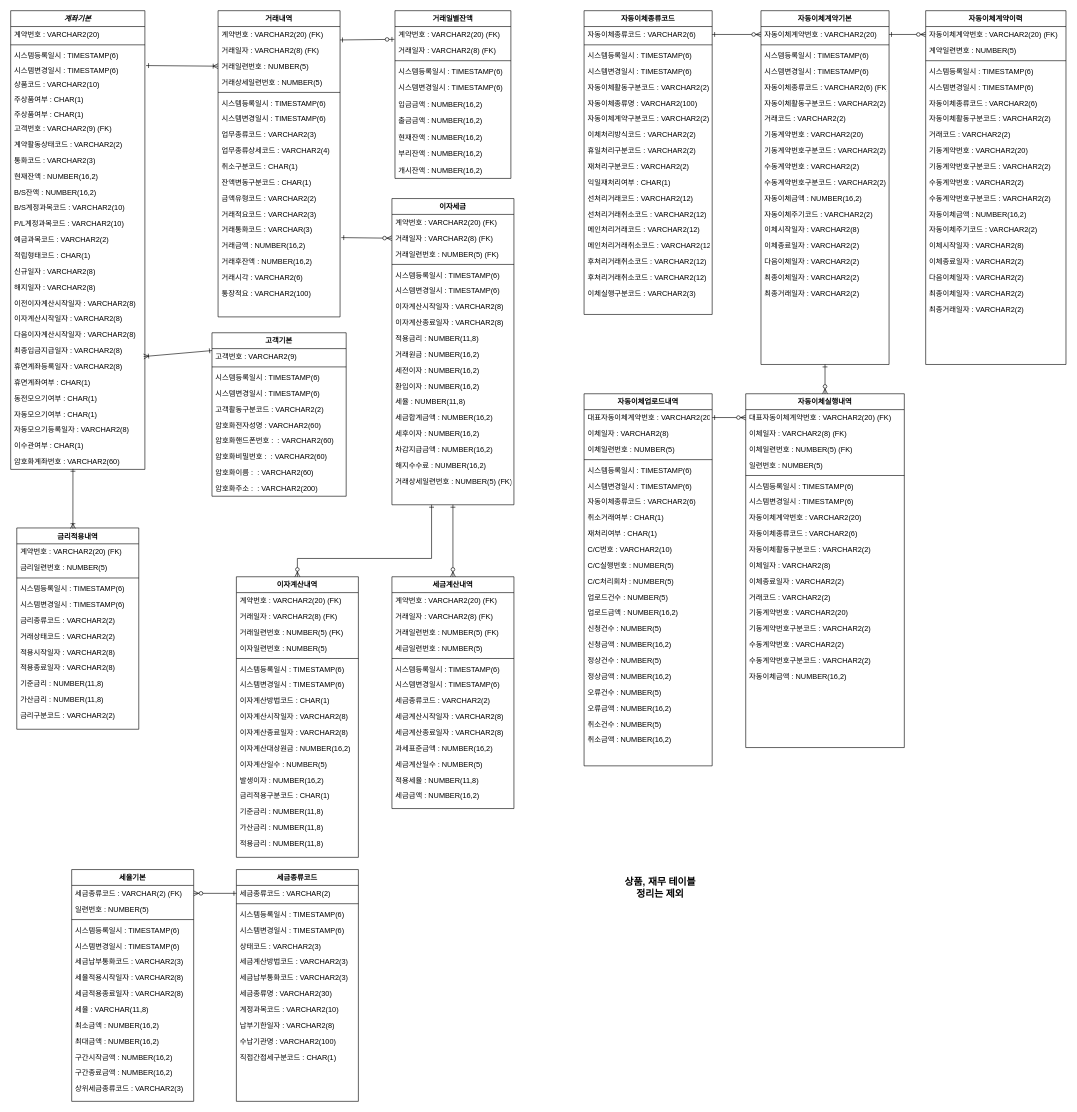
The draw.io diagram penny bank.drawio in hojinWoo/pennyBank, before the edit. Source tidied: cells renumbered, new cells numbered last; positions are measured from the earlier drawing's top-left corner, leaving out a move shared by most shapes. Both pictures are drawn from the tidied source at 61%, with x=0, y=0 at pixel (10, 10).
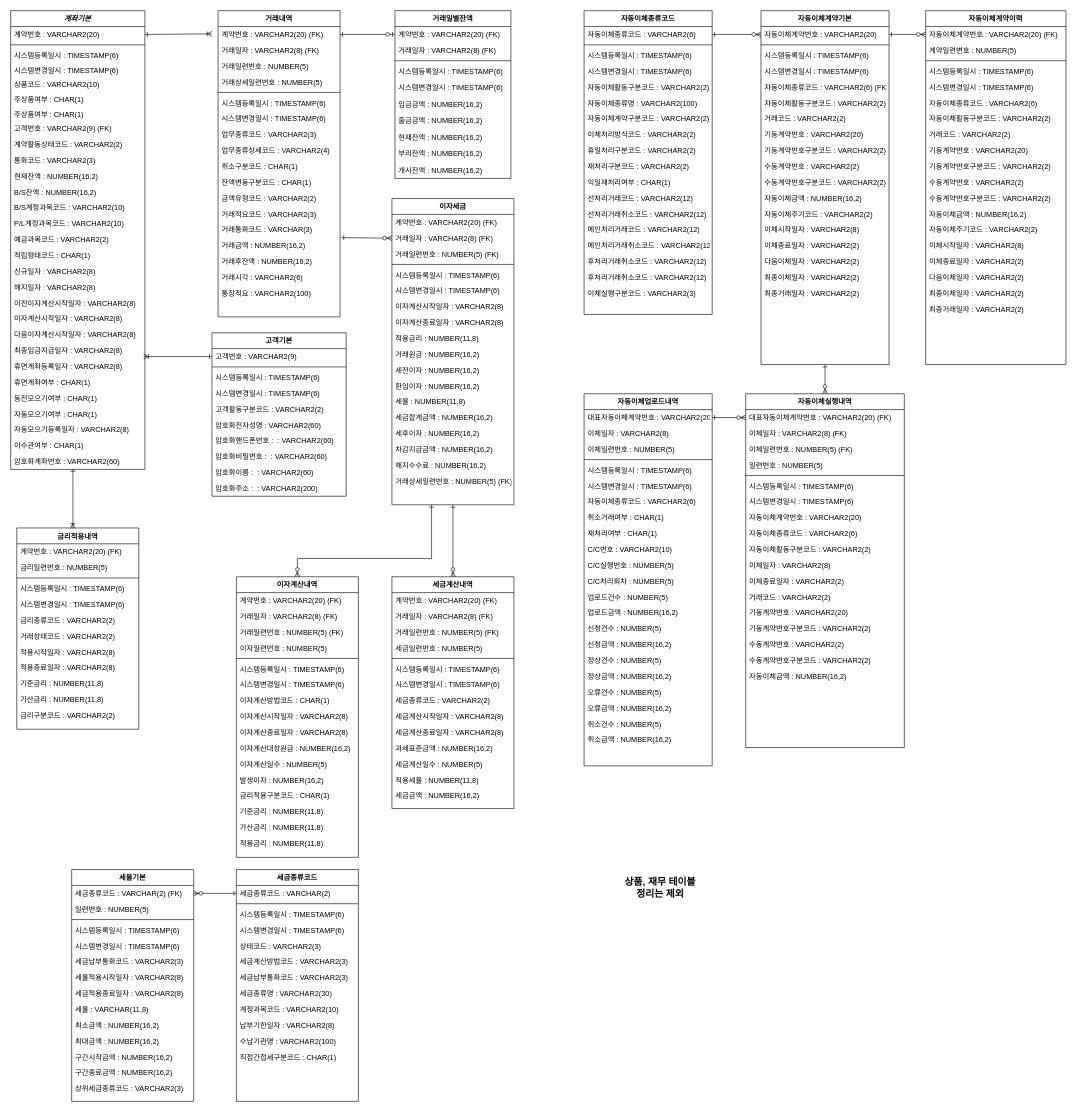
The same diagram, later.

The change refers to these unchanged cells:
```xml
<mxCell id="3" value="계약번호 : VARCHAR2(20)" style="text;align=left;verticalAlign=top;spacingLeft=4;spacingRight=4;overflow=hidden;points=[[0,0.5],[1,0.5]];portConstraint=eastwest;" parent="2" vertex="1">
  <mxGeometry y="26" width="220" height="26" as="geometry" />
</mxCell>
<mxCell id="25" value="휴면계좌등록일자 : VARCHAR2(8)" style="text;align=left;verticalAlign=top;spacingLeft=4;spacingRight=4;overflow=hidden;points=[[0,0.5],[1,0.5]];portConstraint=eastwest;" parent="2" vertex="1">
  <mxGeometry y="570" width="220" height="26" as="geometry" />
</mxCell>
<mxCell id="32" value="고객기본" style="swimlane;fontStyle=1;align=center;verticalAlign=top;horizontal=1;startSize=26;rounded=0;shadow=0;strokeWidth=1;" parent="1" vertex="1">
  <mxGeometry x="330" y="528" width="220" height="268" as="geometry" />
</mxCell>
<mxCell id="33" value="고객번호 : VARCHAR2(9)" style="text;align=left;verticalAlign=top;spacingLeft=4;spacingRight=4;overflow=hidden;points=[[0,0.5],[1,0.5]];portConstraint=eastwest;" parent="32" vertex="1">
  <mxGeometry y="26" width="220" height="26" as="geometry" />
</mxCell>
<mxCell id="44" value="계약번호 : VARCHAR2(20) (FK)" style="text;align=left;verticalAlign=top;spacingLeft=4;spacingRight=4;overflow=hidden;points=[[0,0.5],[1,0.5]];portConstraint=eastwest;" parent="43" vertex="1">
  <mxGeometry y="26" width="200" height="26" as="geometry" />
</mxCell>
<mxCell id="64" value="계약번호 : VARCHAR2(20) (FK)" style="text;strokeColor=none;fillColor=none;align=left;verticalAlign=top;spacingLeft=4;spacingRight=4;overflow=hidden;points=[[0,0.5],[1,0.5]];portConstraint=eastwest;" parent="63" vertex="1">
  <mxGeometry y="26" width="190" height="26" as="geometry" />
</mxCell>
<mxCell id="65" value="거래일자 : VARCHAR2(8) (FK)" style="text;strokeColor=none;fillColor=none;align=left;verticalAlign=top;spacingLeft=4;spacingRight=4;overflow=hidden;points=[[0,0.5],[1,0.5]];portConstraint=eastwest;" parent="63" vertex="1">
  <mxGeometry y="52" width="190" height="26" as="geometry" />
</mxCell>
```

Diff of the diagram source:
```diff
@@
-    <mxCell id="62" style="endArrow=ERoneToMany;html=1;exitX=1.009;exitY=0.25;exitDx=0;exitDy=0;entryX=0;entryY=0.5;entryDx=0;entryDy=0;rounded=0;exitPerimeter=0;endFill=0;startArrow=ERone;startFill=0;" parent="1" edge="1">
+    <mxCell id="62" style="endArrow=ERoneToMany;html=1;exitX=1;exitY=0.5;exitDx=0;exitDy=0;rounded=0;endFill=0;startArrow=ERone;startFill=0;" parent="1" edge="1" source="3">
       <mxGeometry x="-0.88" y="9" relative="1" as="geometry">
-        <mxPoint x="222" y="90" as="sourcePoint" />
-        <mxPoint x="340" y="91" as="targetPoint" />
+        <mxPoint x="330" y="38" as="targetPoint" />
       </mxGeometry>
     </mxCell>
@@
-    <mxCell id="254" style="endArrow=ERzeroToOne;html=1;exitX=1;exitY=0.846;exitDx=0;exitDy=0;exitPerimeter=0;entryX=-0.005;entryY=-0.192;entryDx=0;entryDy=0;entryPerimeter=0;startArrow=ERone;startFill=0;endFill=1;" parent="1" edge="1" source="44" target="65">
+    <mxCell id="254" style="endArrow=ERzeroToOne;html=1;exitX=1;exitY=0.5;exitDx=0;exitDy=0;startArrow=ERone;startFill=0;endFill=1;entryX=0;entryY=0.5;entryDx=0;entryDy=0;" parent="1" edge="1" source="44" target="64">
       <mxGeometry relative="1" as="geometry" />
     </mxCell>
@@
-    <mxCell id="277" style="endArrow=ERoneToMany;html=1;exitX=0;exitY=0.109;exitDx=0;exitDy=0;entryX=0.991;entryY=-0.115;entryDx=0;entryDy=0;rounded=0;exitPerimeter=0;endFill=0;startArrow=ERone;startFill=0;entryPerimeter=0;" parent="1" edge="1" source="32" target="25">
+    <mxCell id="277" style="endArrow=ERoneToMany;html=1;exitX=0;exitY=0.5;exitDx=0;exitDy=0;entryX=0.991;entryY=-0.115;entryDx=0;entryDy=0;rounded=0;endFill=0;startArrow=ERone;startFill=0;entryPerimeter=0;" parent="1" edge="1" source="33" target="25">
       <mxGeometry x="-0.88" y="9" relative="1" as="geometry" />
     </mxCell>
```
